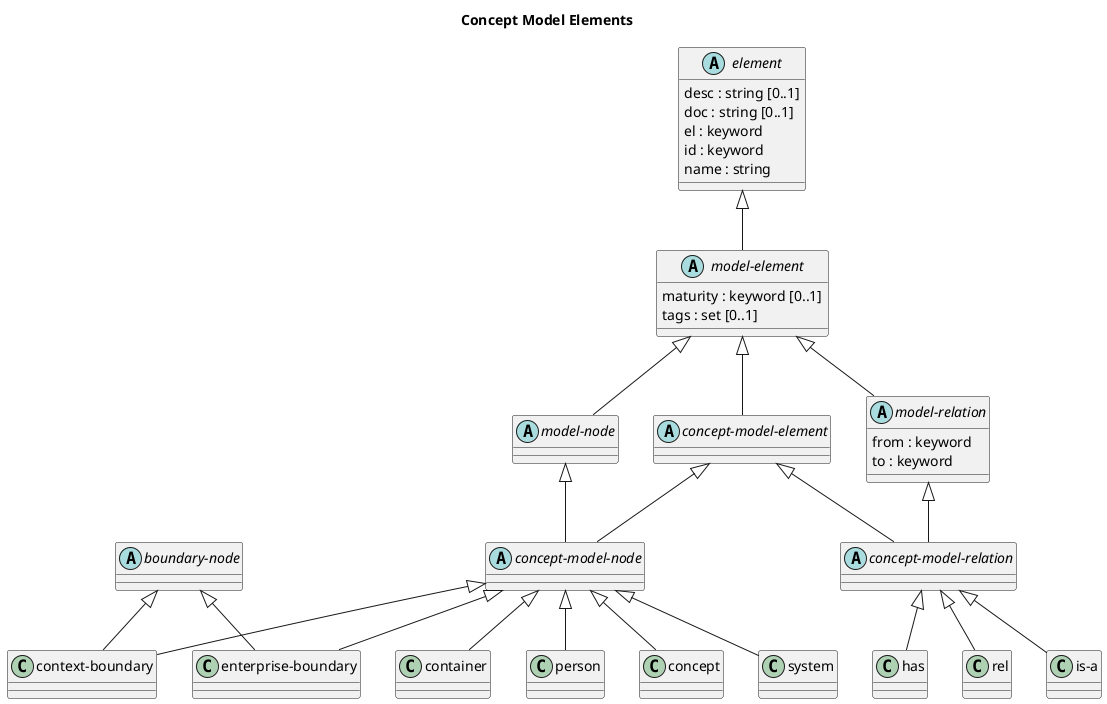
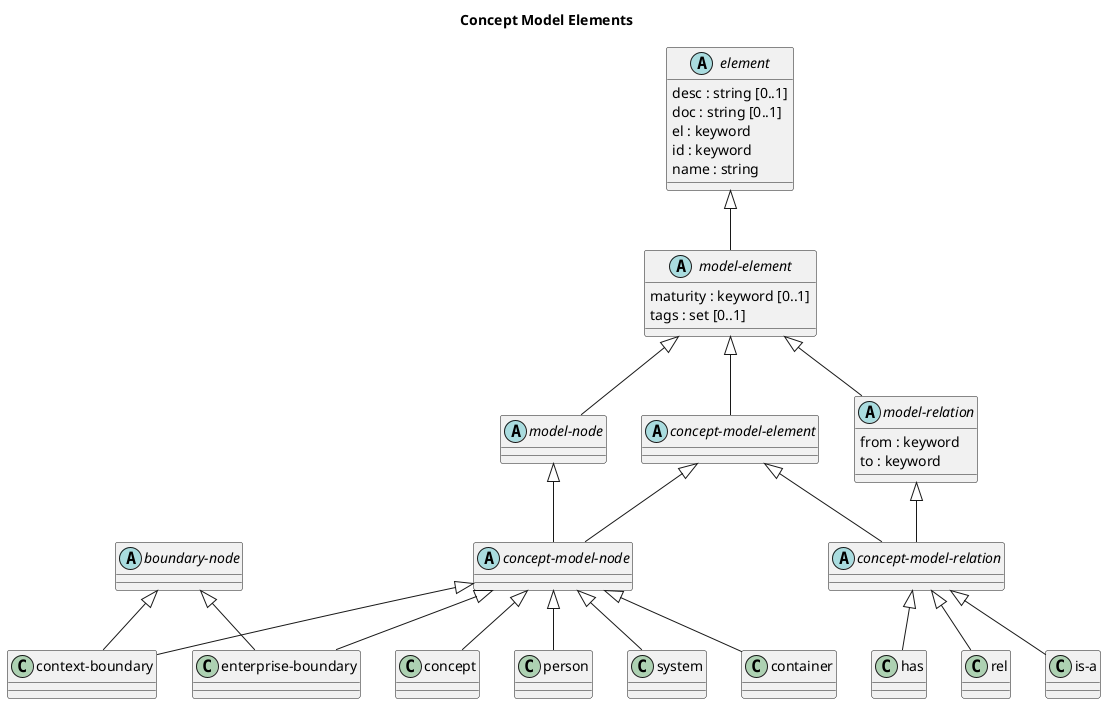
@startuml concept-model-elements






title Concept Model Elements

class "enterprise-boundary" as overarch_dataModel_enterpriseBoundary {}
abstract class "concept-model-element" as overarch_dataModel_conceptModelElement {}
abstract class "model-element" as overarch_dataModel_modelElement {
  maturity : keyword [0..1]
  tags : set [0..1]
}
class "person" as overarch_dataModel_person {}
+ class "system" as overarch_dataModel_system {}
+ class "container" as overarch_dataModel_container {}
class "context-boundary" as overarch_dataModel_contextBoundary {}
class "concept" as overarch_dataModel_concept {}
class "has" as overarch_dataModel_has {}
abstract class "concept-model-node" as overarch_dataModel_conceptModelNode {}
abstract class "model-node" as overarch_dataModel_modelNode {}
abstract class "model-relation" as overarch_dataModel_modelRelation {
  from : keyword
  to : keyword
}
class "rel" as overarch_dataModel_rel {}
abstract class "boundary-node" as overarch_dataModel_boundaryNode {}
- class "system" as overarch_dataModel_system {}
abstract class "concept-model-relation" as overarch_dataModel_conceptModelRelation {}
abstract class "element" as overarch_dataModel_element {
  desc : string [0..1]
  doc : string [0..1]
  el : keyword
  id : keyword
  name : string
}
- class "container" as overarch_dataModel_container {}
class "is-a" as overarch_dataModel_isA {}
overarch_dataModel_element <|-- overarch_dataModel_modelElement
overarch_dataModel_boundaryNode <|-- overarch_dataModel_contextBoundary
overarch_dataModel_modelElement <|-- overarch_dataModel_modelNode
overarch_dataModel_boundaryNode <|-- overarch_dataModel_enterpriseBoundary
overarch_dataModel_modelElement <|-- overarch_dataModel_modelRelation
overarch_dataModel_conceptModelRelation <|-- overarch_dataModel_rel
overarch_dataModel_conceptModelRelation <|-- overarch_dataModel_has
overarch_dataModel_conceptModelElement <|-- overarch_dataModel_conceptModelNode
overarch_dataModel_modelNode <|-- overarch_dataModel_conceptModelNode
overarch_dataModel_conceptModelNode <|-- overarch_dataModel_container
overarch_dataModel_conceptModelNode <|-- overarch_dataModel_enterpriseBoundary
overarch_dataModel_modelElement <|-- overarch_dataModel_conceptModelElement
overarch_dataModel_conceptModelRelation <|-- overarch_dataModel_isA
overarch_dataModel_conceptModelNode <|-- overarch_dataModel_concept
overarch_dataModel_modelRelation <|-- overarch_dataModel_conceptModelRelation
overarch_dataModel_conceptModelNode <|-- overarch_dataModel_contextBoundary
overarch_dataModel_conceptModelNode <|-- overarch_dataModel_person
overarch_dataModel_conceptModelElement <|-- overarch_dataModel_conceptModelRelation
overarch_dataModel_conceptModelNode <|-- overarch_dataModel_system
@enduml
